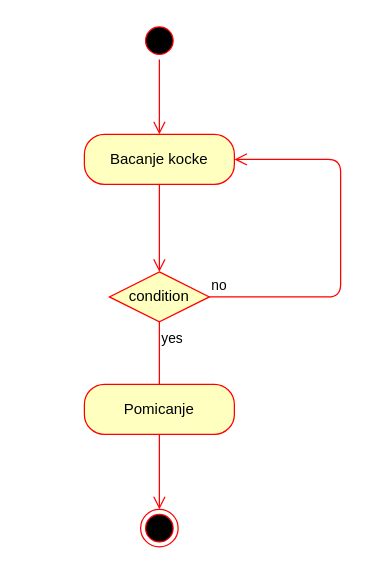
andjelapehar/Covjece-ne-ljuti-se keeps this draw.io diagram as page "Activity: Micanje figure" (5 of 6) of dijagram.drawio. Above is the earlier version. Source tidied: cells renumbered, new cells numbered last; positions are measured from the earlier drawing's top-left corner, leaving out a move shared by most shapes. Both pictures are drawn from the tidied source at 125%, with x=0, y=0 at pixel (84, 21).
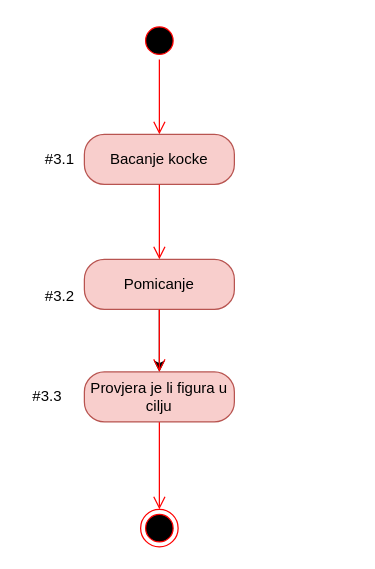
Above is the later version.

Change to the diagram source:
```diff
@@
 <mxGraphModel>
   <root>
     <mxCell id="0" />
     <mxCell id="1" parent="0" />
     <mxCell id="2" style="ellipse;html=1;shape=startState;fillColor=#000000;strokeColor=#ff0000;" parent="1" vertex="1">
       <mxGeometry x="45" width="30" height="30" as="geometry" />
     </mxCell>
     <mxCell id="3" style="edgeStyle=orthogonalEdgeStyle;html=1;verticalAlign=bottom;endArrow=open;endSize=8;strokeColor=#ff0000;" parent="1" edge="1" source="2">
       <mxGeometry relative="1" as="geometry">
         <mxPoint x="60" y="90" as="targetPoint" />
       </mxGeometry>
     </mxCell>
-    <mxCell id="4" value="Bacanje kocke" style="rounded=1;whiteSpace=wrap;html=1;arcSize=40;fontColor=#000000;fillColor=#ffffc0;strokeColor=#ff0000;" parent="1" vertex="1">
+    <mxCell id="4" value="Bacanje kocke" style="rounded=1;whiteSpace=wrap;html=1;arcSize=40;fillColor=#f8cecc;strokeColor=#b85450;" parent="1" vertex="1">
       <mxGeometry y="90" width="120" height="40" as="geometry" />
     </mxCell>
-    <mxCell id="5" style="edgeStyle=orthogonalEdgeStyle;html=1;verticalAlign=bottom;endArrow=open;endSize=8;strokeColor=#ff0000;" parent="1" edge="1" source="4">
-      <mxGeometry relative="1" as="geometry">
-        <mxPoint x="60" y="200" as="targetPoint" />
-      </mxGeometry>
+    <mxCell id="5" style="edgeStyle=orthogonalEdgeStyle;html=1;verticalAlign=bottom;endArrow=open;endSize=8;strokeColor=#ff0000;" parent="1" edge="1" source="4" target="9">
+      <mxGeometry relative="1" as="geometry" />
     </mxCell>
-    <mxCell id="6" value="condition" style="rhombus;whiteSpace=wrap;html=1;fillColor=#ffffc0;strokeColor=#ff0000;" parent="1" vertex="1">
-      <mxGeometry x="20" y="200" width="80" height="40" as="geometry" />
-    </mxCell>
-    <mxCell id="7" value="no" style="edgeStyle=orthogonalEdgeStyle;html=1;align=left;verticalAlign=bottom;endArrow=open;endSize=8;strokeColor=#ff0000;entryX=1;entryY=0.5;entryDx=0;entryDy=0;" parent="1" edge="1" source="6" target="4">
-      <mxGeometry x="-1" relative="1" as="geometry">
-        <Array as="points">
-          <mxPoint x="205" y="220" />
-          <mxPoint x="205" y="110" />
-        </Array>
-      </mxGeometry>
-    </mxCell>
-    <mxCell id="8" value="yes" style="edgeStyle=orthogonalEdgeStyle;html=1;align=left;verticalAlign=top;endArrow=open;endSize=8;strokeColor=#ff0000;" parent="1" edge="1" source="6">
-      <mxGeometry x="-1" relative="1" as="geometry">
-        <mxPoint x="60" y="300" as="targetPoint" />
-        <Array as="points">
-          <mxPoint x="60" y="270" />
-        </Array>
-      </mxGeometry>
-    </mxCell>
+    <mxCell id="12" style="edgeStyle=orthogonalEdgeStyle;rounded=0;jettySize=auto;html=1;" parent="1" edge="1" source="9" target="13">
+      <mxGeometry relative="1" as="geometry" />
+    </mxCell>
-    <mxCell id="9" value="Pomicanje" style="rounded=1;whiteSpace=wrap;html=1;arcSize=40;fontColor=#000000;fillColor=#ffffc0;strokeColor=#ff0000;" parent="1" vertex="1">
-      <mxGeometry y="290" width="120" height="40" as="geometry" />
+    <mxCell id="9" value="Pomicanje" style="rounded=1;whiteSpace=wrap;html=1;arcSize=40;fillColor=#f8cecc;strokeColor=#b85450;" parent="1" vertex="1">
+      <mxGeometry y="190" width="120" height="40" as="geometry" />
     </mxCell>
-    <mxCell id="10" style="edgeStyle=orthogonalEdgeStyle;html=1;verticalAlign=bottom;endArrow=open;endSize=8;strokeColor=#ff0000;" parent="1" edge="1" source="9">
+    <mxCell id="10" style="edgeStyle=orthogonalEdgeStyle;html=1;verticalAlign=bottom;endArrow=open;endSize=8;strokeColor=#ff0000;" parent="1" edge="1" source="13">
       <mxGeometry relative="1" as="geometry">
         <mxPoint x="60" y="390" as="targetPoint" />
       </mxGeometry>
     </mxCell>
     <mxCell id="11" style="ellipse;html=1;shape=endState;fillColor=#000000;strokeColor=#ff0000;" parent="1" vertex="1">
       <mxGeometry x="45" y="390" width="30" height="30" as="geometry" />
     </mxCell>
+    <mxCell id="13" value="Provjera je li figura u cilju" style="rounded=1;whiteSpace=wrap;html=1;arcSize=40;fillColor=#f8cecc;strokeColor=#b85450;" parent="1" vertex="1">
+      <mxGeometry y="280" width="120" height="40" as="geometry" />
+    </mxCell>
+    <mxCell id="14" style="edgeStyle=orthogonalEdgeStyle;html=1;verticalAlign=bottom;endArrow=open;endSize=8;strokeColor=#ff0000;" parent="1" edge="1" source="9" target="13">
+      <mxGeometry relative="1" as="geometry" />
+    </mxCell>
+    <mxCell id="15" value="#3.1" style="text;html=1;align=center;verticalAlign=middle;" parent="1" vertex="1">
+      <mxGeometry x="-40" y="100" width="40" height="20" as="geometry" />
+    </mxCell>
+    <mxCell id="16" value="#3.2" style="text;html=1;align=center;verticalAlign=middle;" parent="1" vertex="1">
+      <mxGeometry x="-40" y="210" width="40" height="20" as="geometry" />
+    </mxCell>
+    <mxCell id="17" value="#3.3" style="text;html=1;align=center;verticalAlign=middle;" parent="1" vertex="1">
+      <mxGeometry x="-50" y="290" width="40" height="20" as="geometry" />
+    </mxCell>
   </root>
 </mxGraphModel>
```
